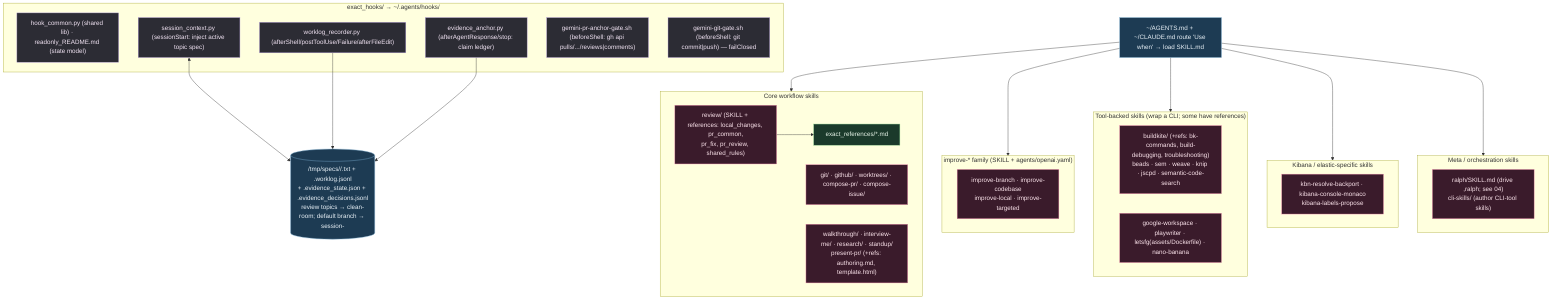
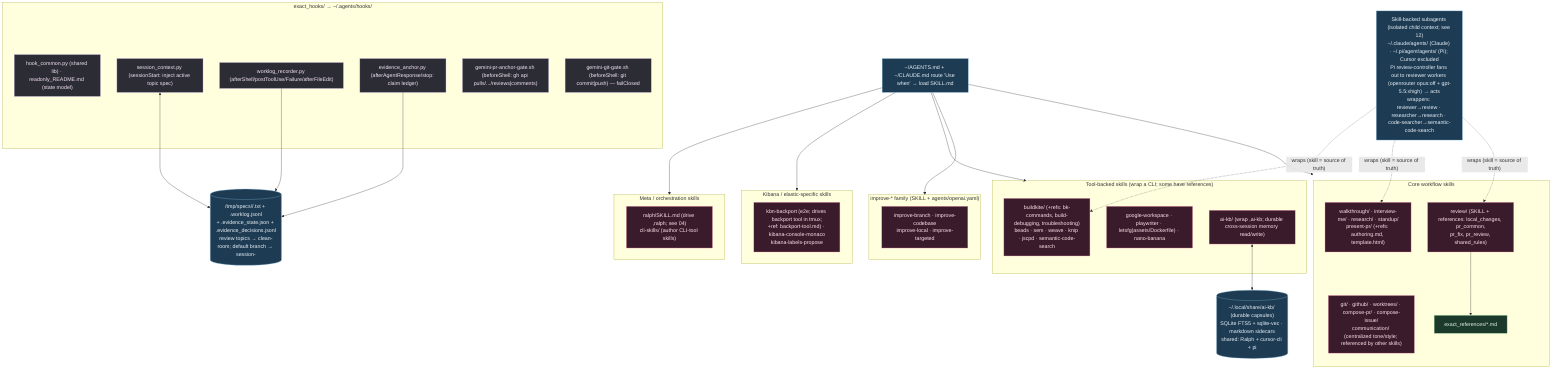
%% ============================================================================
- %% 03b-agent-skills-hooks.mmd — Every file under home/exact_dot_agents/ (54).
+ %% 03b-agent-skills-hooks.mmd — Every file under home/exact_dot_agents/ (57).
%% Skills → ~/.agents/skills/ (intent-routed SKILL.md). Hooks → ~/.agents/hooks/.
%% ============================================================================
flowchart TB
    classDef skill fill:#3a1b2b,stroke:#f48fb1,color:#fce4ec;
    classDef hook fill:#2c2c34,stroke:#b39ddb,color:#f3e5f5;
    classDef ref fill:#1b3a2b,stroke:#81c784,color:#e8f5e9;
    classDef data fill:#1d3b53,stroke:#7fb3d5,color:#eaf2f8;

    subgraph HOOKS["exact_hooks/ → ~/.agents/hooks/"]
        HC["hook_common.py (shared lib) · readonly_README.md (state model)"]:::hook
        SCx["session_context.py (sessionStart: inject active topic spec)"]:::hook
        WLx["worklog_recorder.py (afterShell/postToolUse/Failure/afterFileEdit)"]:::hook
        EVx["evidence_anchor.py (afterAgentResponse/stop: claim ledger)"]:::hook
        PRG["gemini-pr-anchor-gate.sh (beforeShell: gh api pulls/.../reviews|comments)"]:::hook
        GG["gemini-git-gate.sh (beforeShell: git commit|push) — failClosed"]:::hook
    end

    MEM[("/tmp/specs/<pwd>/<topic>.txt + .worklog.jsonl<br/>+ .evidence_state.json + .evidence_decisions.jsonl<br/>review topics → clean-room; default branch → session-<id>")]:::data
    SCx <--> MEM
    WLx --> MEM
    EVx --> MEM

+     KBDB[("~/.local/share/ai-kb/ (durable capsules)<br/>SQLite FTS5 + sqlite-vec · markdown sidecars<br/>shared: Ralph + cursor-cli + pi")]:::data
+ 
    subgraph CORE["Core workflow skills"]
        S1["review/ (SKILL + references: local_changes, pr_common,<br/>pr_fix, pr_review, shared_rules)"]:::skill
-         S2["git/ · github/ · worktrees/ · compose-pr/ · compose-issue/"]:::skill
+         S2["git/ · github/ · worktrees/ · compose-pr/ · compose-issue/<br/>communication/ (centralized tone/style; referenced by other skills)"]:::skill
        S3["walkthrough/ · interview-me/ · research/ · standup/<br/>present-pr/ (+refs: authoring.md, template.html)"]:::skill
        S1 --> R1["exact_references/*.md"]:::ref
    end

    subgraph IMPROVE["improve-* family (SKILL + agents/openai.yaml)"]
        S4["improve-branch · improve-codebase<br/>improve-local · improve-targeted"]:::skill
    end

    subgraph TOOLS["Tool-backed skills (wrap a CLI; some have references)"]
        S5["buildkite/ (+refs: bk-commands, build-debugging, troubleshooting)<br/>beads · sem · weave · knip · jscpd · semantic-code-search"]:::skill
        S6["google-workspace · playwriter · letsfg(assets/Dockerfile) · nano-banana"]:::skill
+         S7["ai-kb/ (wrap ,ai-kb; durable cross-session memory read/write)"]:::skill
    end

    subgraph KBN["Kibana / elastic-specific skills"]
-         S8["kbn-resolve-backport · kibana-console-monaco<br/>kibana-labels-propose"]:::skill
+         S8["kbn-backport (e2e; drives backport tool in tmux;<br/>+ref: backport-tool.md) · kibana-console-monaco<br/>kibana-labels-propose"]:::skill
    end

    subgraph META["Meta / orchestration skills"]
        S9["ralph/SKILL.md (drive ,ralph; see 04)<br/>cli-skills/ (author CLI-tool skills)"]:::skill
    end

    SOPS["~/AGENTS.md + ~/CLAUDE.md route 'Use when' → load SKILL.md"]:::data
    SOPS --> CORE & IMPROVE & TOOLS & KBN & META
+     S7 <--> KBDB
+ 
+     SUBA["Skill-backed subagents (isolated child context; see 12)<br/>~/.claude/agents/ (Claude) · ~/.pi/agent/agents/ (Pi); Cursor excluded<br/>Pi review-controller fans out to reviewer workers (openrouter opus:off + gpt-5.5:xhigh) → acts<br/>wrappers: reviewer→review · researcher→research · code-searcher→semantic-code-search"]:::data
+     SUBA -.->|"wraps (skill = source of truth)"| S1 & S3 & S5
